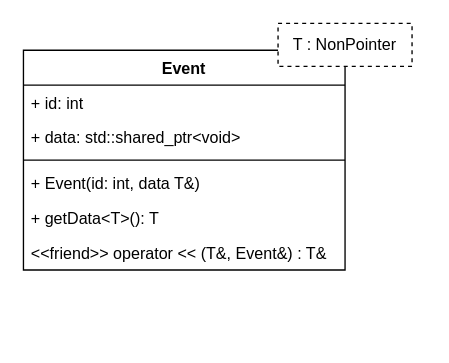
LasseGoransson/ESD-E2020 keeps this draw.io diagram as diagrams/event.drawio. Above is the earlier version. Source tidied: cells renumbered, new cells numbered last; positions are measured from the earlier drawing's top-left corner, leaving out a move shared by most shapes. Both pictures are drawn from the tidied source at 134%, with x=0, y=0 at pixel (23, 23).
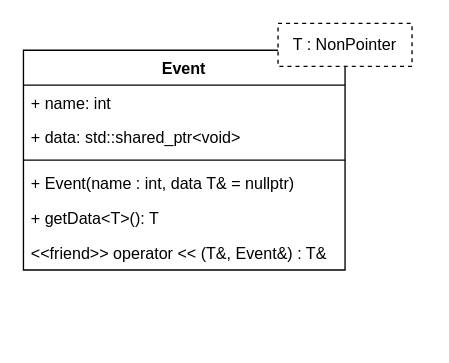
After the change.

Change to the diagram source:
```diff
@@
 <mxGraphModel>
   <root>
     <mxCell id="0" />
     <mxCell id="1" parent="0" />
     <mxCell id="2" style="group;" parent="1" vertex="1">
       <mxGeometry width="300" height="236" as="geometry" />
     </mxCell>
     <mxCell id="3" value="Event" style="swimlane;fontStyle=1;align=center;verticalAlign=top;horizontal=1;startSize=26;" parent="2" vertex="1">
       <mxGeometry y="20" width="240" height="164" as="geometry" />
     </mxCell>
-    <mxCell id="4" value="+ id: int" style="text;strokeColor=none;fillColor=none;align=left;verticalAlign=top;spacingLeft=4;spacingRight=4;overflow=hidden;" parent="3" vertex="1">
+    <mxCell id="4" value="+ name: int" style="text;strokeColor=none;fillColor=none;align=left;verticalAlign=top;spacingLeft=4;spacingRight=4;overflow=hidden;" parent="3" vertex="1">
       <mxGeometry y="26" width="240" height="26" as="geometry" />
     </mxCell>
     <mxCell id="5" value="+ data: std::shared_ptr&lt;void&gt;" style="text;strokeColor=none;fillColor=none;align=left;verticalAlign=top;spacingLeft=4;spacingRight=4;overflow=hidden;" parent="3" vertex="1">
       <mxGeometry y="52" width="240" height="26" as="geometry" />
     </mxCell>
     <mxCell id="6" style="line;strokeWidth=1;fillColor=none;align=left;verticalAlign=middle;spacingTop=-1;spacingLeft=3;spacingRight=3;labelPosition=right;" parent="3" vertex="1">
       <mxGeometry y="78" width="240" height="8" as="geometry" />
     </mxCell>
-    <mxCell id="7" value="+ Event(id: int, data T&amp;)" style="text;strokeColor=none;fillColor=none;align=left;verticalAlign=top;spacingLeft=4;spacingRight=4;overflow=hidden;" parent="3" vertex="1">
+    <mxCell id="7" value="+ Event(name : int, data T&amp; = nullptr)" style="text;strokeColor=none;fillColor=none;align=left;verticalAlign=top;spacingLeft=4;spacingRight=4;overflow=hidden;" parent="3" vertex="1">
       <mxGeometry y="86" width="240" height="26" as="geometry" />
     </mxCell>
     <mxCell id="8" value="+ getData&lt;T&gt;(): T" style="text;strokeColor=none;fillColor=none;align=left;verticalAlign=top;spacingLeft=4;spacingRight=4;overflow=hidden;" parent="3" vertex="1">
       <mxGeometry y="112" width="240" height="26" as="geometry" />
     </mxCell>
     <mxCell id="9" value="&lt;&lt;friend&gt;&gt; operator &lt;&lt; (T&amp;, Event&amp;) : T&amp;" style="text;strokeColor=none;fillColor=none;align=left;verticalAlign=top;spacingLeft=4;spacingRight=4;overflow=hidden;" parent="3" vertex="1">
       <mxGeometry y="138" width="240" height="26" as="geometry" />
     </mxCell>
     <mxCell id="10" value="T : NonPointer" style="rounded=0;whiteSpace=wrap;html=1;dashed=1;" parent="2" vertex="1">
       <mxGeometry x="190" width="100" height="32" as="geometry" />
     </mxCell>
   </root>
 </mxGraphModel>
```
